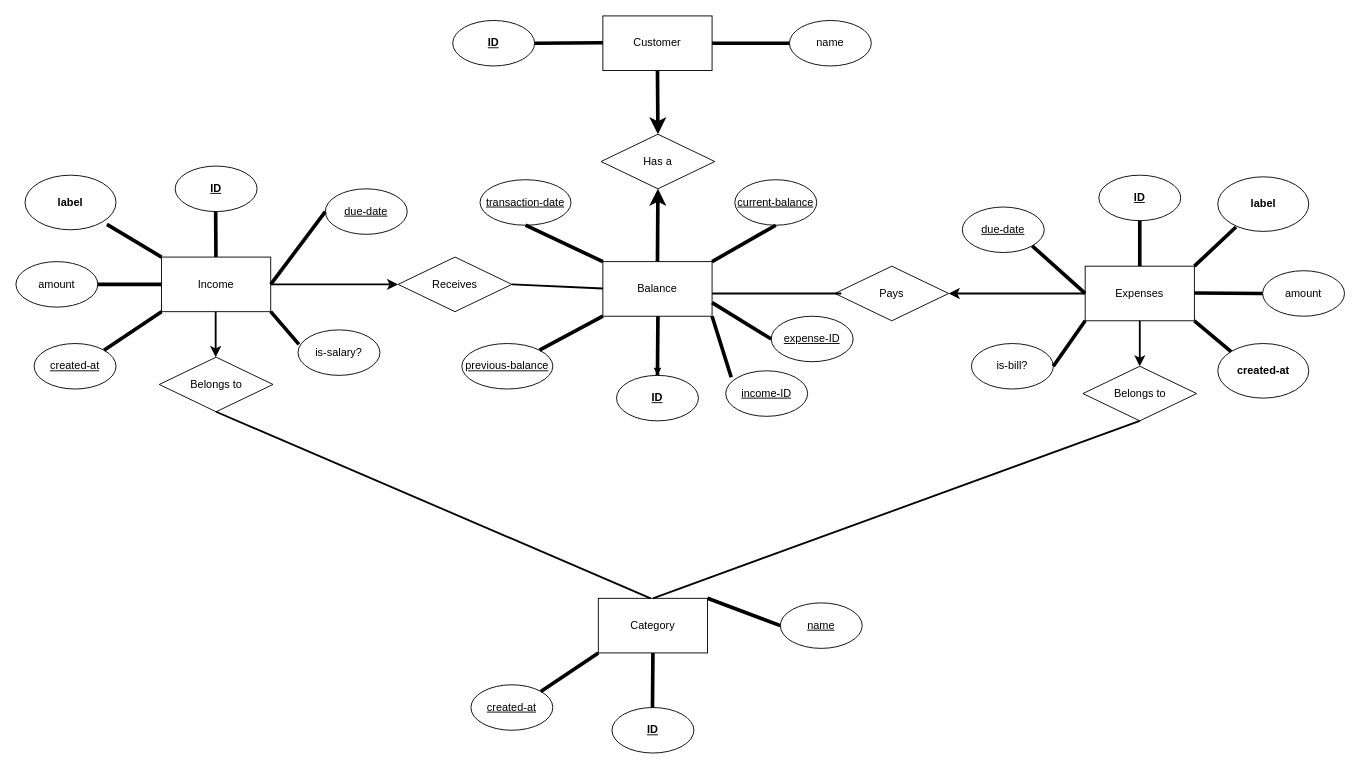
The draw.io diagram portfolio_ER_Expense_Tracker.drawio in fsegall/portfolio-nucamp, before the edit. Source tidied: cells renumbered, new cells numbered last; positions are measured from the earlier drawing's top-left corner, leaving out a move shared by most shapes. Both pictures are drawn from the tidied source at 91%, with x=0, y=0 at pixel (15, 15).
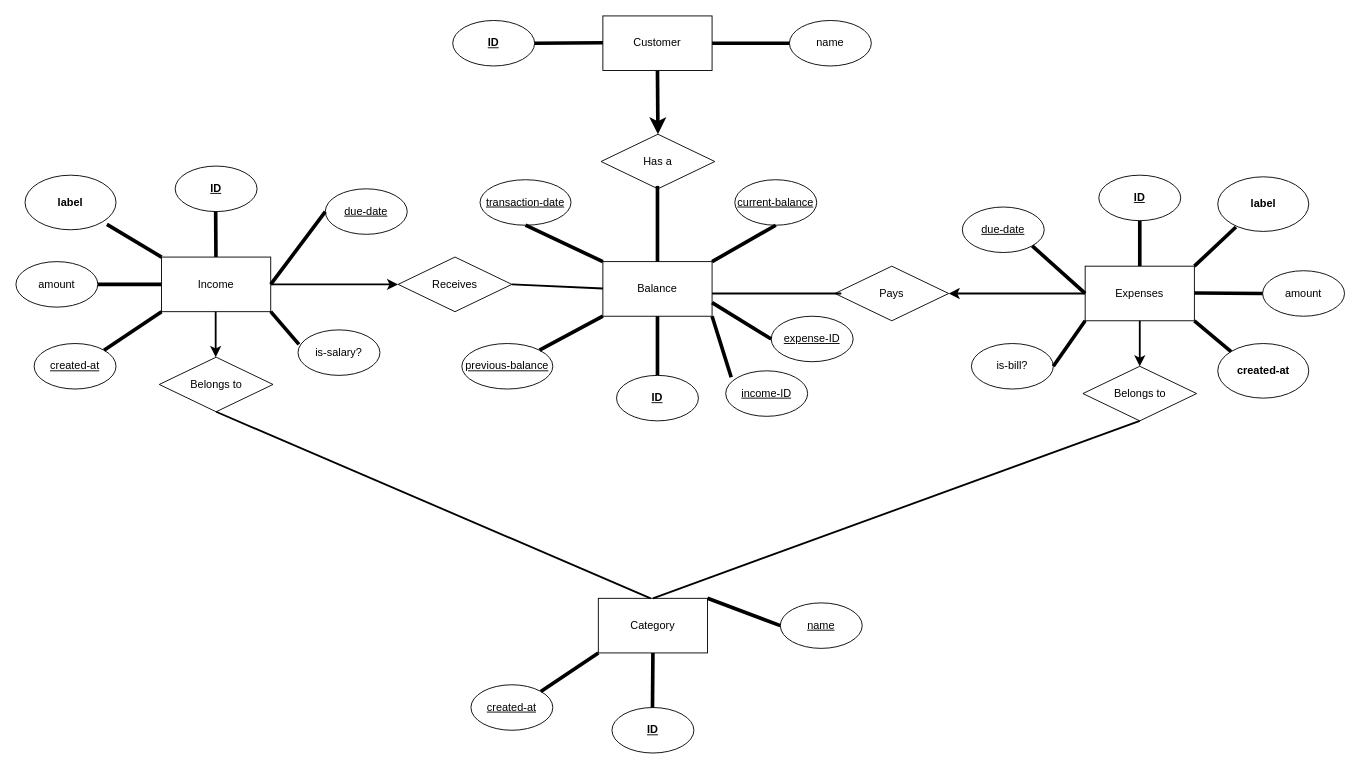
Above is the later version.

Unchanged cells that the change refers to:
```xml
<mxCell id="15" value="Balance" style="rounded=0;whiteSpace=wrap;html=1;" parent="1" vertex="1">
  <mxGeometry x="645" y="270" width="120" height="60" as="geometry" />
</mxCell>
<mxCell id="20" value="&lt;u&gt;&lt;b&gt;ID&lt;/b&gt;&lt;/u&gt;" style="ellipse;whiteSpace=wrap;html=1;" parent="1" vertex="1">
  <mxGeometry x="660" y="395" width="90" height="50" as="geometry" />
</mxCell>
<mxCell id="26" value="Has a" style="rhombus;whiteSpace=wrap;html=1;" parent="1" vertex="1">
  <mxGeometry x="643" y="130" width="125" height="60" as="geometry" />
</mxCell>
```

What changed in the source:
```diff
@@
-    <mxCell id="13" style="edgeStyle=none;html=1;exitX=0.5;exitY=0;exitDx=0;exitDy=0;entryX=0.5;entryY=1;entryDx=0;entryDy=0;strokeColor=default;strokeWidth=4;" parent="1" edge="1" source="15" target="26">
-      <mxGeometry relative="1" as="geometry" />
-    </mxCell>
-    <mxCell id="14" style="edgeStyle=none;html=1;" parent="1" edge="1" source="15" target="20">
-      <mxGeometry relative="1" as="geometry" />
-    </mxCell>
@@
-    <mxCell id="22" style="endArrow=none;html=1;strokeColor=default;strokeWidth=4;entryX=0.5;entryY=1;entryDx=0;entryDy=0;" parent="1" edge="1" source="20">
-      <mxGeometry relative="1" as="geometry">
-        <mxPoint x="705.5" y="330" as="targetPoint" />
-      </mxGeometry>
-    </mxCell>
@@
+    <mxCell id="69" style="endArrow=none;html=1;strokeColor=default;strokeWidth=4;entryX=0.5;entryY=1;entryDx=0;entryDy=0;" parent="1" edge="1" source="15">
+      <mxGeometry relative="1" as="geometry">
+        <mxPoint x="705" y="186.8" as="targetPoint" />
+      </mxGeometry>
+    </mxCell>
+    <mxCell id="70" style="endArrow=none;html=1;strokeColor=default;strokeWidth=4;entryX=0.5;entryY=1;entryDx=0;entryDy=0;exitX=0.5;exitY=0;exitDx=0;exitDy=0;" parent="1" edge="1" source="20">
+      <mxGeometry relative="1" as="geometry">
+        <mxPoint x="705" y="330" as="targetPoint" />
+      </mxGeometry>
+    </mxCell>
```
